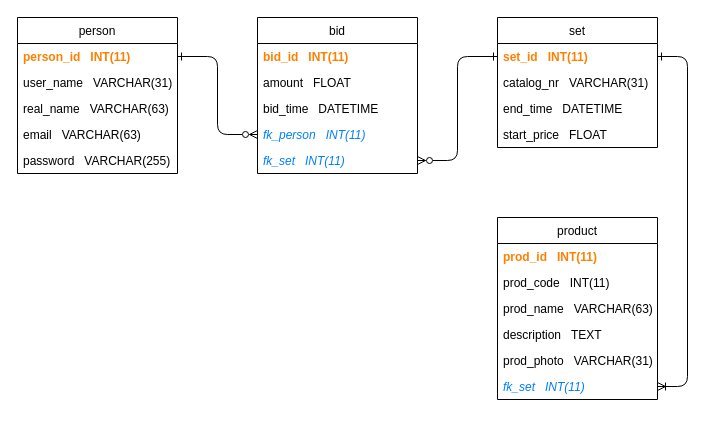
The draw.io diagram page "Page-3" (3 of 3) of auction_house.drawio in MarkoSchoretits/01-DBDev, before the edit. Source tidied: cells renumbered, new cells numbered last; positions are measured from the earlier drawing's top-left corner, leaving out a move shared by most shapes. Both pictures are drawn from the tidied source at 100%, with x=0, y=0 at pixel (17, 17).
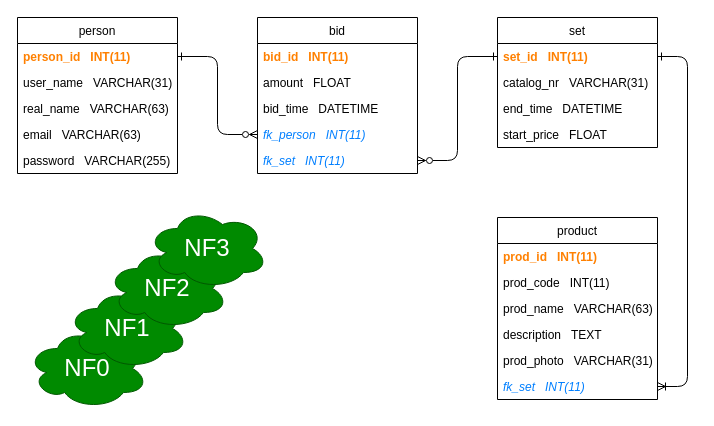
After the change.

What changed in the source:
```diff
@@
+    <mxCell id="29" value="&lt;font style=&quot;font-size: 24px&quot; color=&quot;#ffffff&quot;&gt;NF0&lt;/font&gt;" style="ellipse;shape=cloud;whiteSpace=wrap;html=1;labelBorderColor=none;fontColor=#ffffff;fillColor=#008a00;strokeColor=#005700;" parent="1" vertex="1">
+      <mxGeometry x="10" y="311" width="120" height="80" as="geometry" />
+    </mxCell>
+    <mxCell id="30" value="&lt;font style=&quot;font-size: 24px&quot; color=&quot;#ffffff&quot;&gt;NF1&lt;/font&gt;" style="ellipse;shape=cloud;whiteSpace=wrap;html=1;labelBorderColor=none;fontColor=#ffffff;fillColor=#008a00;strokeColor=#005700;" parent="1" vertex="1">
+      <mxGeometry x="50" y="271" width="120" height="80" as="geometry" />
+    </mxCell>
+    <mxCell id="31" value="&lt;font style=&quot;font-size: 24px&quot; color=&quot;#ffffff&quot;&gt;NF2&lt;/font&gt;" style="ellipse;shape=cloud;whiteSpace=wrap;html=1;labelBorderColor=none;fontColor=#ffffff;fillColor=#008a00;strokeColor=#005700;" parent="1" vertex="1">
+      <mxGeometry x="90" y="231" width="120" height="80" as="geometry" />
+    </mxCell>
+    <mxCell id="32" value="&lt;font style=&quot;font-size: 24px&quot; color=&quot;#ffffff&quot;&gt;NF3&lt;/font&gt;" style="ellipse;shape=cloud;whiteSpace=wrap;html=1;labelBorderColor=none;fontColor=#ffffff;fillColor=#008a00;strokeColor=#005700;" parent="1" vertex="1">
+      <mxGeometry x="130" y="191" width="120" height="80" as="geometry" />
+    </mxCell>
```
